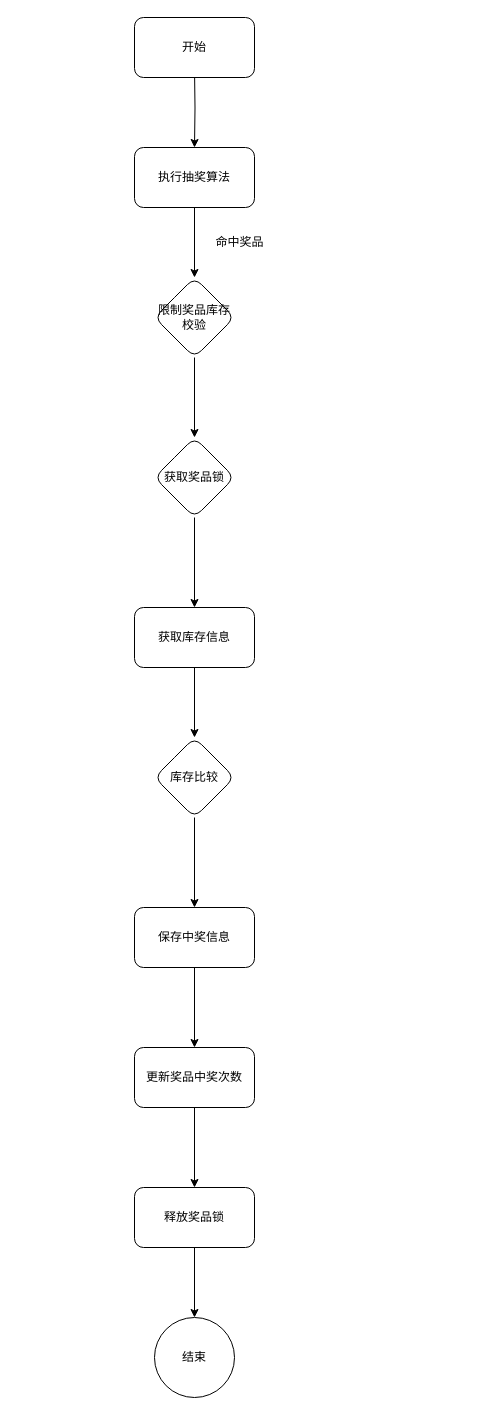
Earlier version of the draw.io diagram page "第 8 页" (8 of 9) of Untitled Diagram.drawio (VilaNan/tsxxx.github.io). Source tidied: cells renumbered, new cells numbered last; positions are measured from the earlier drawing's top-left corner, leaving out a move shared by most shapes. Both pictures are drawn from the tidied source at 100%, with x=0, y=0 at pixel (134, 17).
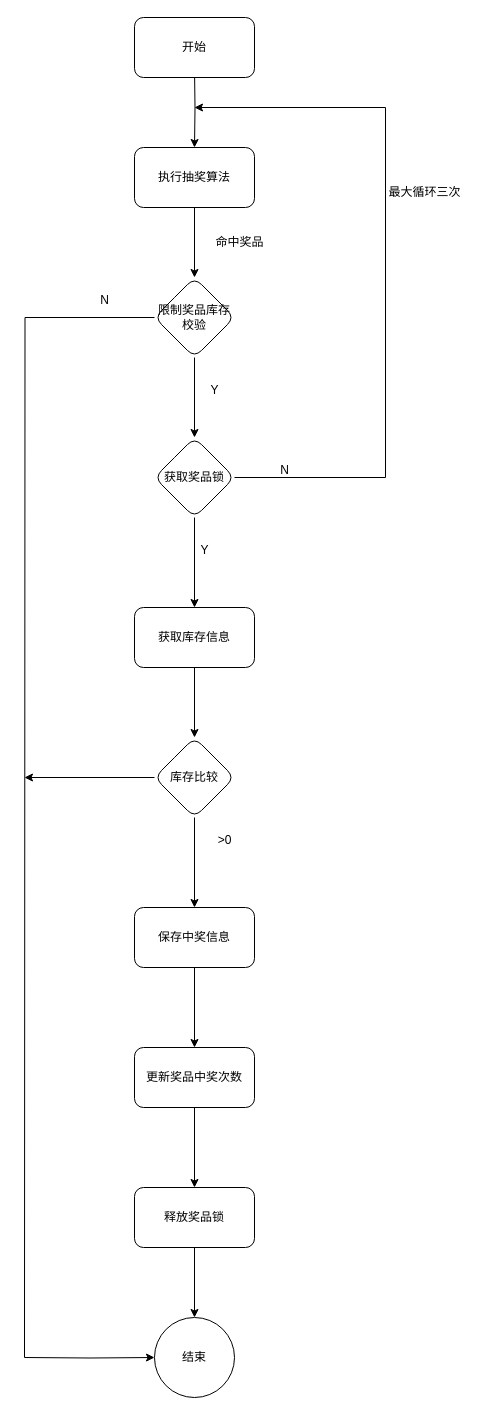
The same diagram, later.

Unchanged cells that the change refers to:
```xml
<mxCell id="8" value="限制奖品库存校验" style="rhombus;whiteSpace=wrap;html=1;rounded=1;" parent="1" vertex="1">
  <mxGeometry x="20" y="260" width="80" height="80" as="geometry" />
</mxCell>
<mxCell id="10" value="获取奖品锁" style="rhombus;whiteSpace=wrap;html=1;rounded=1;" parent="1" vertex="1">
  <mxGeometry x="20" y="420" width="80" height="80" as="geometry" />
</mxCell>
<mxCell id="14" value="库存比较" style="rhombus;whiteSpace=wrap;html=1;rounded=1;" parent="1" vertex="1">
  <mxGeometry x="20" y="720" width="80" height="80" as="geometry" />
</mxCell>
<mxCell id="21" value="结束" style="ellipse;whiteSpace=wrap;html=1;rounded=1;" parent="1" vertex="1">
  <mxGeometry x="20" y="1300" width="80" height="80" as="geometry" />
</mxCell>
```

The edit, as a diff of the source:
```diff
@@
+    <mxCell id="22" style="edgeStyle=orthogonalEdgeStyle;rounded=0;jettySize=auto;html=1;endArrow=none;endFill=0;" parent="1" edge="1" source="8">
+      <mxGeometry relative="1" as="geometry">
+        <mxPoint x="-110" y="1340" as="targetPoint" />
+      </mxGeometry>
+    </mxCell>
@@
+    <mxCell id="23" style="edgeStyle=orthogonalEdgeStyle;rounded=0;jettySize=auto;html=1;" parent="1" edge="1" source="10">
+      <mxGeometry relative="1" as="geometry">
+        <mxPoint x="60" y="90" as="targetPoint" />
+        <Array as="points">
+          <mxPoint x="251" y="460" />
+        </Array>
+      </mxGeometry>
+    </mxCell>
@@
+    <mxCell id="24" style="edgeStyle=orthogonalEdgeStyle;rounded=0;jettySize=auto;html=1;" parent="1" edge="1" source="14">
+      <mxGeometry relative="1" as="geometry">
+        <mxPoint x="-110" y="760" as="targetPoint" />
+      </mxGeometry>
+    </mxCell>
@@
+    <mxCell id="25" style="edgeStyle=orthogonalEdgeStyle;rounded=0;jettySize=auto;html=1;" parent="1" edge="1" target="21">
+      <mxGeometry relative="1" as="geometry">
+        <mxPoint x="-110" y="1340" as="sourcePoint" />
+      </mxGeometry>
+    </mxCell>
@@
+    <mxCell id="26" value="最大循环三次" style="text;html=1;align=center;verticalAlign=middle;strokeColor=none;fillColor=none;" parent="1" vertex="1">
+      <mxGeometry x="240" y="160" width="100" height="30" as="geometry" />
+    </mxCell>
+    <mxCell id="27" value="N" style="text;html=1;align=center;verticalAlign=middle;strokeColor=none;fillColor=none;" parent="1" vertex="1">
+      <mxGeometry x="-45" y="268" width="30" height="30" as="geometry" />
+    </mxCell>
+    <mxCell id="28" value="Y" style="text;html=1;align=center;verticalAlign=middle;strokeColor=none;fillColor=none;" parent="1" vertex="1">
+      <mxGeometry x="65" y="358" width="30" height="30" as="geometry" />
+    </mxCell>
+    <mxCell id="29" value="N" style="text;html=1;align=center;verticalAlign=middle;strokeColor=none;fillColor=none;" parent="1" vertex="1">
+      <mxGeometry x="135" y="438" width="30" height="30" as="geometry" />
+    </mxCell>
+    <mxCell id="30" value="Y" style="text;html=1;align=center;verticalAlign=middle;strokeColor=none;fillColor=none;" parent="1" vertex="1">
+      <mxGeometry x="55" y="518" width="30" height="30" as="geometry" />
+    </mxCell>
+    <mxCell id="31" value="&amp;gt;0" style="text;html=1;align=center;verticalAlign=middle;strokeColor=none;fillColor=none;" parent="1" vertex="1">
+      <mxGeometry x="70" y="808" width="40" height="30" as="geometry" />
+    </mxCell>
```
